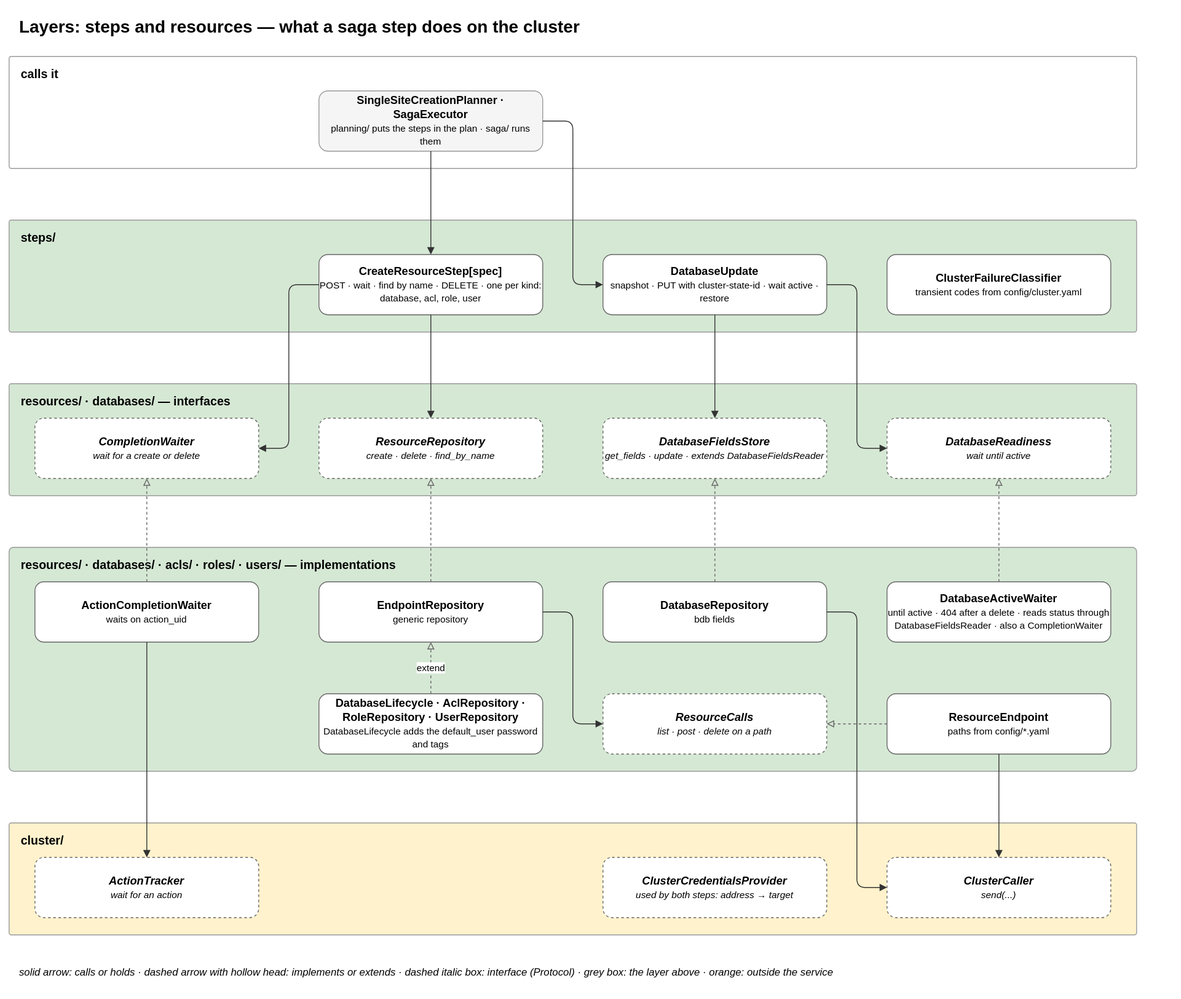
EliShteinman/redis-enterprise-services keeps this draw.io diagram as docs/diagrams/07-layer-steps-resources.drawio.svg. Above is the earlier version. Source tidied: cells renumbered, new cells last; positions are measured from the earlier drawing's top-left corner, leaving out a move shared by most shapes.
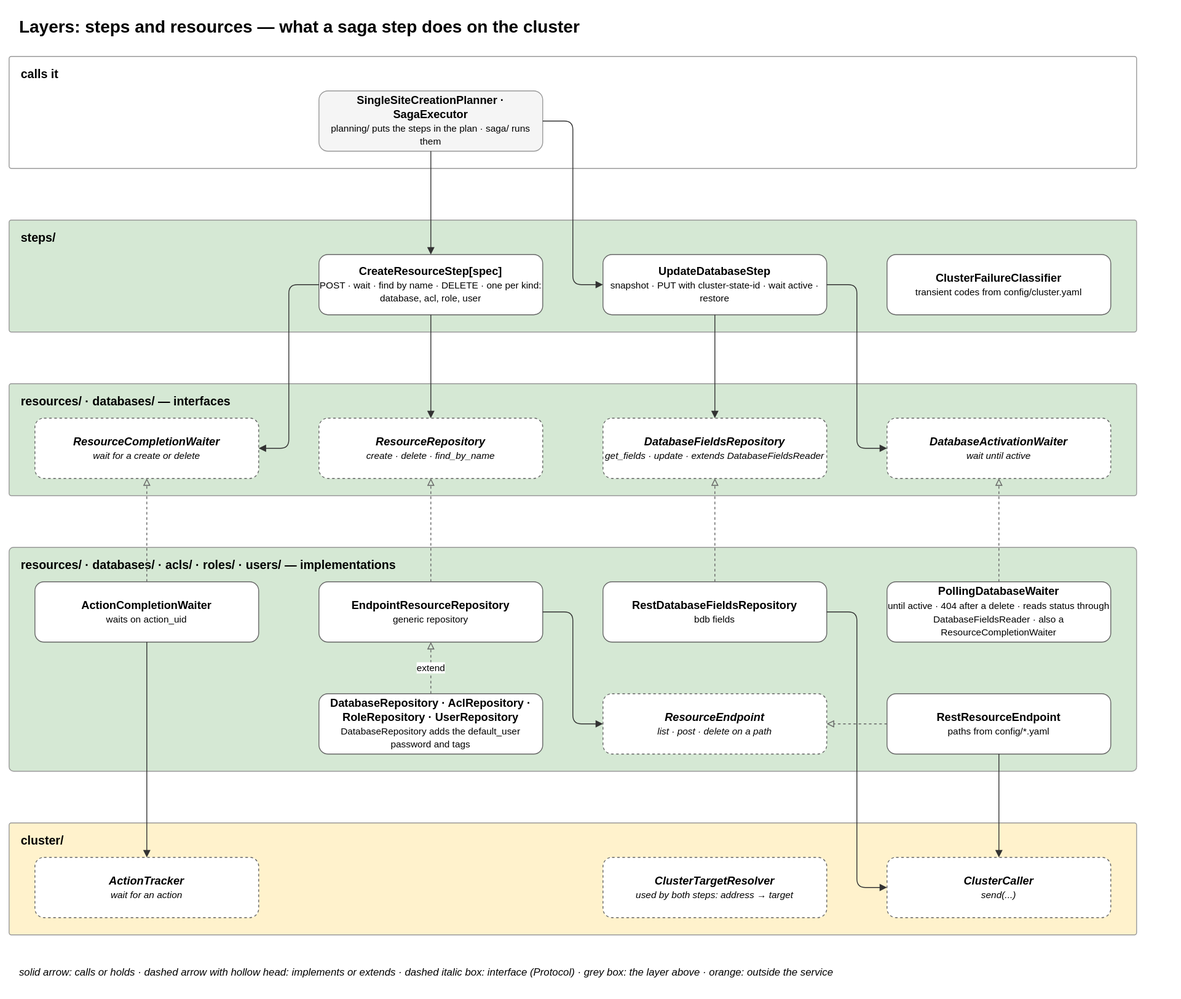
After the commit.

Change to the diagram source:
```diff
@@ -17,7 +17,7 @@
     <mxCell id="6" value="&lt;b&gt;CreateResourceStep[spec]&lt;/b&gt;&lt;br&gt;&lt;font style='font-size:11px'&gt;POST · wait · find by name · DELETE · one per kind: database, acl, role, user&lt;/font&gt;" style="rounded=1;whiteSpace=wrap;html=1;fillColor=#ffffff;strokeColor=#666666;fontSize=13;" parent="1" vertex="1">
       <mxGeometry x="360" y="285" width="260" height="70" as="geometry" />
     </mxCell>
-    <mxCell id="7" value="&lt;b&gt;DatabaseUpdate&lt;/b&gt;&lt;br&gt;&lt;font style='font-size:11px'&gt;snapshot · PUT with cluster-state-id · wait active · restore&lt;/font&gt;" style="rounded=1;whiteSpace=wrap;html=1;fillColor=#ffffff;strokeColor=#666666;fontSize=13;" parent="1" vertex="1">
+    <mxCell id="7" value="&lt;b&gt;UpdateDatabaseStep&lt;/b&gt;&lt;br&gt;&lt;font style='font-size:11px'&gt;snapshot · PUT with cluster-state-id · wait active · restore&lt;/font&gt;" style="rounded=1;whiteSpace=wrap;html=1;fillColor=#ffffff;strokeColor=#666666;fontSize=13;" parent="1" vertex="1">
       <mxGeometry x="690" y="285" width="260" height="70" as="geometry" />
     </mxCell>
     <mxCell id="8" value="&lt;b&gt;ClusterFailureClassifier&lt;/b&gt;&lt;br&gt;&lt;font style='font-size:11px'&gt;transient codes from config/cluster.yaml&lt;/font&gt;" style="rounded=1;whiteSpace=wrap;html=1;fillColor=#ffffff;strokeColor=#666666;fontSize=13;" parent="1" vertex="1">
@@ -26,16 +26,16 @@
     <mxCell id="9" value="&lt;b&gt;resources/ · databases/ — interfaces&lt;/b&gt;" style="rounded=1;arcSize=2;fillColor=#d5e8d4;strokeColor=#999999;verticalAlign=top;align=left;spacingLeft=12;spacingTop=6;html=1;fontSize=14;" parent="1" vertex="1">
       <mxGeometry y="435" width="1310" height="130" as="geometry" />
     </mxCell>
-    <mxCell id="10" value="&lt;b&gt;CompletionWaiter&lt;/b&gt;&lt;br&gt;&lt;font style='font-size:11px'&gt;wait for a create or delete&lt;/font&gt;" style="rounded=1;whiteSpace=wrap;html=1;fillColor=#ffffff;strokeColor=#666666;fontSize=13;dashed=1;fontStyle=2;" parent="1" vertex="1">
+    <mxCell id="10" value="&lt;b&gt;ResourceCompletionWaiter&lt;/b&gt;&lt;br&gt;&lt;font style='font-size:11px'&gt;wait for a create or delete&lt;/font&gt;" style="rounded=1;whiteSpace=wrap;html=1;fillColor=#ffffff;strokeColor=#666666;fontSize=13;dashed=1;fontStyle=2;" parent="1" vertex="1">
       <mxGeometry x="30" y="475" width="260" height="70" as="geometry" />
     </mxCell>
     <mxCell id="11" value="&lt;b&gt;ResourceRepository&lt;/b&gt;&lt;br&gt;&lt;font style='font-size:11px'&gt;create · delete · find_by_name&lt;/font&gt;" style="rounded=1;whiteSpace=wrap;html=1;fillColor=#ffffff;strokeColor=#666666;fontSize=13;dashed=1;fontStyle=2;" parent="1" vertex="1">
       <mxGeometry x="360" y="475" width="260" height="70" as="geometry" />
     </mxCell>
-    <mxCell id="12" value="&lt;b&gt;DatabaseFieldsStore&lt;/b&gt;&lt;br&gt;&lt;font style='font-size:11px'&gt;get_fields · update · extends DatabaseFieldsReader&lt;/font&gt;" style="rounded=1;whiteSpace=wrap;html=1;fillColor=#ffffff;strokeColor=#666666;fontSize=13;dashed=1;fontStyle=2;" parent="1" vertex="1">
+    <mxCell id="12" value="&lt;b&gt;DatabaseFieldsRepository&lt;/b&gt;&lt;br&gt;&lt;font style='font-size:11px'&gt;get_fields · update · extends DatabaseFieldsReader&lt;/font&gt;" style="rounded=1;whiteSpace=wrap;html=1;fillColor=#ffffff;strokeColor=#666666;fontSize=13;dashed=1;fontStyle=2;" parent="1" vertex="1">
       <mxGeometry x="690" y="475" width="260" height="70" as="geometry" />
     </mxCell>
-    <mxCell id="13" value="&lt;b&gt;DatabaseReadiness&lt;/b&gt;&lt;br&gt;&lt;font style='font-size:11px'&gt;wait until active&lt;/font&gt;" style="rounded=1;whiteSpace=wrap;html=1;fillColor=#ffffff;strokeColor=#666666;fontSize=13;dashed=1;fontStyle=2;" parent="1" vertex="1">
+    <mxCell id="13" value="&lt;b&gt;DatabaseActivationWaiter&lt;/b&gt;&lt;br&gt;&lt;font style='font-size:11px'&gt;wait until active&lt;/font&gt;" style="rounded=1;whiteSpace=wrap;html=1;fillColor=#ffffff;strokeColor=#666666;fontSize=13;dashed=1;fontStyle=2;" parent="1" vertex="1">
       <mxGeometry x="1020" y="475" width="260" height="70" as="geometry" />
     </mxCell>
     <mxCell id="14" value="&lt;b&gt;resources/ · databases/ · acls/ · roles/ · users/ — implementations&lt;/b&gt;" style="rounded=1;arcSize=2;fillColor=#d5e8d4;strokeColor=#999999;verticalAlign=top;align=left;spacingLeft=12;spacingTop=6;html=1;fontSize=14;" parent="1" vertex="1">
@@ -44,22 +44,22 @@
     <mxCell id="15" value="&lt;b&gt;ActionCompletionWaiter&lt;/b&gt;&lt;br&gt;&lt;font style='font-size:11px'&gt;waits on action_uid&lt;/font&gt;" style="rounded=1;whiteSpace=wrap;html=1;fillColor=#ffffff;strokeColor=#666666;fontSize=13;" parent="1" vertex="1">
       <mxGeometry x="30" y="665" width="260" height="70" as="geometry" />
     </mxCell>
-    <mxCell id="16" value="&lt;b&gt;EndpointRepository&lt;/b&gt;&lt;br&gt;&lt;font style='font-size:11px'&gt;generic repository&lt;/font&gt;" style="rounded=1;whiteSpace=wrap;html=1;fillColor=#ffffff;strokeColor=#666666;fontSize=13;" parent="1" vertex="1">
+    <mxCell id="16" value="&lt;b&gt;EndpointResourceRepository&lt;/b&gt;&lt;br&gt;&lt;font style='font-size:11px'&gt;generic repository&lt;/font&gt;" style="rounded=1;whiteSpace=wrap;html=1;fillColor=#ffffff;strokeColor=#666666;fontSize=13;" parent="1" vertex="1">
       <mxGeometry x="360" y="665" width="260" height="70" as="geometry" />
     </mxCell>
-    <mxCell id="17" value="&lt;b&gt;DatabaseRepository&lt;/b&gt;&lt;br&gt;&lt;font style='font-size:11px'&gt;bdb fields&lt;/font&gt;" style="rounded=1;whiteSpace=wrap;html=1;fillColor=#ffffff;strokeColor=#666666;fontSize=13;" parent="1" vertex="1">
+    <mxCell id="17" value="&lt;b&gt;RestDatabaseFieldsRepository&lt;/b&gt;&lt;br&gt;&lt;font style='font-size:11px'&gt;bdb fields&lt;/font&gt;" style="rounded=1;whiteSpace=wrap;html=1;fillColor=#ffffff;strokeColor=#666666;fontSize=13;" parent="1" vertex="1">
       <mxGeometry x="690" y="665" width="260" height="70" as="geometry" />
     </mxCell>
-    <mxCell id="18" value="&lt;b&gt;DatabaseActiveWaiter&lt;/b&gt;&lt;br&gt;&lt;font style='font-size:11px'&gt;until active · 404 after a delete · reads status through DatabaseFieldsReader · also a CompletionWaiter&lt;/font&gt;" style="rounded=1;whiteSpace=wrap;html=1;fillColor=#ffffff;strokeColor=#666666;fontSize=13;" parent="1" vertex="1">
+    <mxCell id="18" value="&lt;b&gt;PollingDatabaseWaiter&lt;/b&gt;&lt;br&gt;&lt;font style='font-size:11px'&gt;until active · 404 after a delete · reads status through DatabaseFieldsReader · also a ResourceCompletionWaiter&lt;/font&gt;" style="rounded=1;whiteSpace=wrap;html=1;fillColor=#ffffff;strokeColor=#666666;fontSize=13;" parent="1" vertex="1">
       <mxGeometry x="1020" y="665" width="260" height="70" as="geometry" />
     </mxCell>
-    <mxCell id="19" value="&lt;b&gt;DatabaseLifecycle · AclRepository · RoleRepository · UserRepository&lt;/b&gt;&lt;br&gt;&lt;font style='font-size:11px'&gt;DatabaseLifecycle adds the default_user password and tags&lt;/font&gt;" style="rounded=1;whiteSpace=wrap;html=1;fillColor=#ffffff;strokeColor=#666666;fontSize=13;" parent="1" vertex="1">
+    <mxCell id="19" value="&lt;b&gt;DatabaseRepository · AclRepository · RoleRepository · UserRepository&lt;/b&gt;&lt;br&gt;&lt;font style='font-size:11px'&gt;DatabaseRepository adds the default_user password and tags&lt;/font&gt;" style="rounded=1;whiteSpace=wrap;html=1;fillColor=#ffffff;strokeColor=#666666;fontSize=13;" parent="1" vertex="1">
       <mxGeometry x="360" y="795" width="260" height="70" as="geometry" />
     </mxCell>
-    <mxCell id="20" value="&lt;b&gt;ResourceCalls&lt;/b&gt;&lt;br&gt;&lt;font style='font-size:11px'&gt;list · post · delete on a path&lt;/font&gt;" style="rounded=1;whiteSpace=wrap;html=1;fillColor=#ffffff;strokeColor=#666666;fontSize=13;dashed=1;fontStyle=2;" parent="1" vertex="1">
+    <mxCell id="20" value="&lt;b&gt;ResourceEndpoint&lt;/b&gt;&lt;br&gt;&lt;font style='font-size:11px'&gt;list · post · delete on a path&lt;/font&gt;" style="rounded=1;whiteSpace=wrap;html=1;fillColor=#ffffff;strokeColor=#666666;fontSize=13;dashed=1;fontStyle=2;" parent="1" vertex="1">
       <mxGeometry x="690" y="795" width="260" height="70" as="geometry" />
     </mxCell>
-    <mxCell id="21" value="&lt;b&gt;ResourceEndpoint&lt;/b&gt;&lt;br&gt;&lt;font style='font-size:11px'&gt;paths from config/*.yaml&lt;/font&gt;" style="rounded=1;whiteSpace=wrap;html=1;fillColor=#ffffff;strokeColor=#666666;fontSize=13;" parent="1" vertex="1">
+    <mxCell id="21" value="&lt;b&gt;RestResourceEndpoint&lt;/b&gt;&lt;br&gt;&lt;font style='font-size:11px'&gt;paths from config/*.yaml&lt;/font&gt;" style="rounded=1;whiteSpace=wrap;html=1;fillColor=#ffffff;strokeColor=#666666;fontSize=13;" parent="1" vertex="1">
       <mxGeometry x="1020" y="795" width="260" height="70" as="geometry" />
     </mxCell>
     <mxCell id="22" value="&lt;b&gt;cluster/&lt;/b&gt;" style="rounded=1;arcSize=2;fillColor=#fff2cc;strokeColor=#999999;verticalAlign=top;align=left;spacingLeft=12;spacingTop=6;html=1;fontSize=14;" parent="1" vertex="1">
@@ -68,7 +68,7 @@
     <mxCell id="23" value="&lt;b&gt;ActionTracker&lt;/b&gt;&lt;br&gt;&lt;font style='font-size:11px'&gt;wait for an action&lt;/font&gt;" style="rounded=1;whiteSpace=wrap;html=1;fillColor=#ffffff;strokeColor=#666666;fontSize=13;dashed=1;fontStyle=2;" parent="1" vertex="1">
       <mxGeometry x="30" y="985" width="260" height="70" as="geometry" />
     </mxCell>
-    <mxCell id="24" value="&lt;b&gt;ClusterCredentialsProvider&lt;/b&gt;&lt;br&gt;&lt;font style='font-size:11px'&gt;used by both steps: address → target&lt;/font&gt;" style="rounded=1;whiteSpace=wrap;html=1;fillColor=#ffffff;strokeColor=#666666;fontSize=13;dashed=1;fontStyle=2;" parent="1" vertex="1">
+    <mxCell id="24" value="&lt;b&gt;ClusterTargetResolver&lt;/b&gt;&lt;br&gt;&lt;font style='font-size:11px'&gt;used by both steps: address → target&lt;/font&gt;" style="rounded=1;whiteSpace=wrap;html=1;fillColor=#ffffff;strokeColor=#666666;fontSize=13;dashed=1;fontStyle=2;" parent="1" vertex="1">
       <mxGeometry x="690" y="985" width="260" height="70" as="geometry" />
     </mxCell>
     <mxCell id="25" value="&lt;b&gt;ClusterCaller&lt;/b&gt;&lt;br&gt;&lt;font style='font-size:11px'&gt;send(...)&lt;/font&gt;" style="rounded=1;whiteSpace=wrap;html=1;fillColor=#ffffff;strokeColor=#666666;fontSize=13;dashed=1;fontStyle=2;" parent="1" vertex="1">
```
